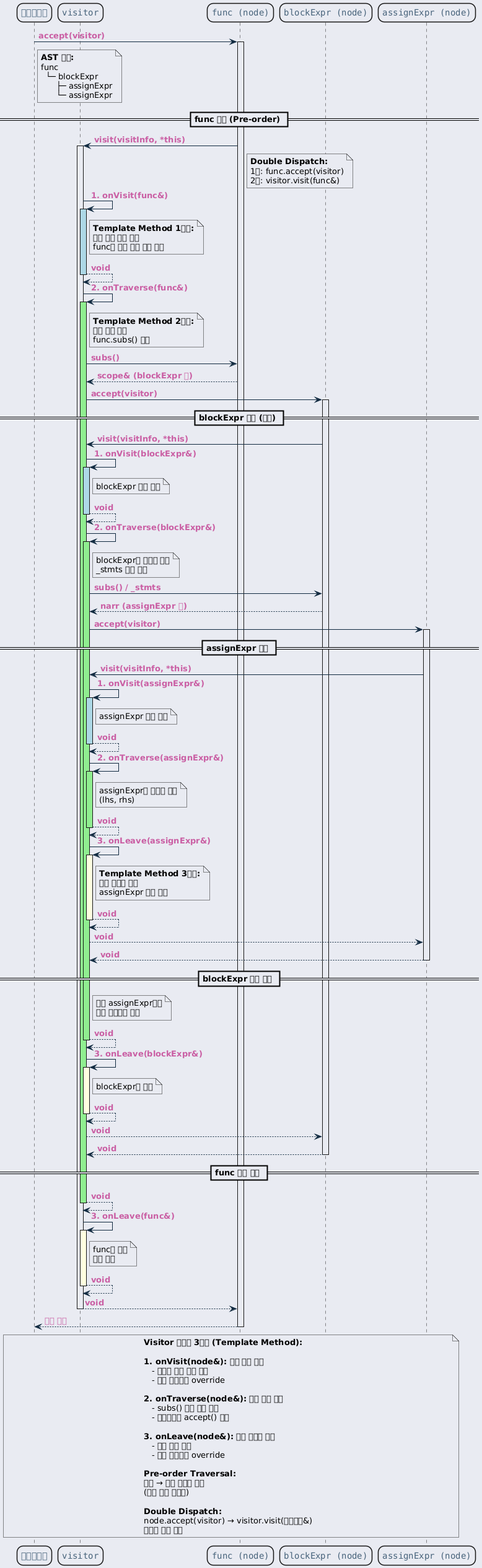
This is ref/generated/ko/inline_umlgraph_33.png from byeolang/website, a PlantUML export, as it was before one commit. Source of this version:
```plantuml
@startuml inline_umlgraph_33.png
<style>
  root {
    BackGroundColor: #E9EBF2;
  }
  class, node, object, participant, actor, boundary, control, entity, database, collections, queue {
    LineThickness: 1.5;
    HorizontalAlignment center;
    FontColor: #47637b;
    FontSize: 14;
    FontName: "Courier";
    RoundCorner: 20;
  }
  arrow {
    LineColor: #112a40;
    FontColor: #ca5fa4;
    FontStyle: "bold"
  }
  visibilityIcon {
    protected {
      LineColor DarkGoldenRod
      BackgroundColor DarkGoldenRod
    }
}
</style>
participant "클라이언트" as client
participant "visitor" as visitor
participant "func (node)" as func
participant "blockExpr (node)" as block
participant "assignExpr (node)" as assign

client -> func : accept(visitor)
activate func

note right of client
  <b>AST 구조:</b>
  func
    └─ blockExpr
        ├─ assignExpr
        └─ assignExpr
end note

== func 방문 (Pre-order) ==

func -> visitor : visit(visitInfo, *this)
activate visitor

note right of func
  <b>Double Dispatch:</b>
  1차: func.accept(visitor)
  2차: visitor.visit(func&)
end note

visitor -> visitor : 1. onVisit(func&)
activate visitor #lightblue

note right of visitor
  <b>Template Method 1단계:</b>
  현재 노드 방문 처리
  func에 대한 특정 동작 수행
end note

visitor --> visitor : void
deactivate visitor

visitor -> visitor : 2. onTraverse(func&)
activate visitor #lightgreen

note right of visitor
  <b>Template Method 2단계:</b>
  하위 노드 순회
  func.subs() 접근
end note

visitor -> func : subs()
func --> visitor : scope& (blockExpr 등)

visitor -> block : accept(visitor)
activate block

== blockExpr 방문 (재귀) ==

block -> visitor : visit(visitInfo, *this)

visitor -> visitor : 1. onVisit(blockExpr&)
activate visitor #lightblue

note right of visitor
  blockExpr 방문 처리
end note

visitor --> visitor : void
deactivate visitor

visitor -> visitor : 2. onTraverse(blockExpr&)
activate visitor #lightgreen

note right of visitor
  blockExpr의 자식들 순회
  _stmts 배열 순회
end note

visitor -> block : subs() / _stmts
block --> visitor : narr (assignExpr 들)

visitor -> assign : accept(visitor)
activate assign

== assignExpr 방문 ==

assign -> visitor : visit(visitInfo, *this)

visitor -> visitor : 1. onVisit(assignExpr&)
activate visitor #lightblue

note right of visitor
  assignExpr 방문 처리
end note

visitor --> visitor : void
deactivate visitor

visitor -> visitor : 2. onTraverse(assignExpr&)
activate visitor #lightgreen

note right of visitor
  assignExpr의 자식들 순회
  (lhs, rhs)
end note

visitor --> visitor : void
deactivate visitor

visitor -> visitor : 3. onLeave(assignExpr&)
activate visitor #lightyellow

note right of visitor
  <b>Template Method 3단계:</b>
  현재 노드를 떠남
  assignExpr 정리 작업
end note

visitor --> visitor : void
deactivate visitor

visitor --> assign : void
assign --> visitor : void
deactivate assign

== blockExpr 순회 계속 ==

note right of visitor
  다른 assignExpr들도
  같은 방식으로 방문
end note

visitor --> visitor : void
deactivate visitor

visitor -> visitor : 3. onLeave(blockExpr&)
activate visitor #lightyellow

note right of visitor
  blockExpr를 떠남
end note

visitor --> visitor : void
deactivate visitor

visitor --> block : void
block --> visitor : void
deactivate block

== func 순회 완료 ==

visitor --> visitor : void
deactivate visitor

visitor -> visitor : 3. onLeave(func&)
activate visitor #lightyellow

note right of visitor
  func를 떠남
  순회 완료
end note

visitor --> visitor : void
deactivate visitor

visitor --> func : void
deactivate visitor

func --> client : 순회 완료
deactivate func

note over client, assign
  <b>Visitor 패턴의 3단계 (Template Method):</b>

  <b>1. onVisit(node&):</b> 현재 노드 방문
     - 노드별 특정 동작 수행
     - 하위 클래스가 override

  <b>2. onTraverse(node&):</b> 자식 노드 순회
     - subs() 또는 멤버 접근
     - 재귀적으로 accept() 호출

  <b>3. onLeave(node&):</b> 현재 노드를 떠남
     - 정리 작업 수행
     - 하위 클래스가 override

  <b>Pre-order Traversal:</b>
  부모 → 자식 순서로 방문
  (후위 순회 불가능)

  <b>Double Dispatch:</b>
  node.accept(visitor) → visitor.visit(구체타입&)
  런타임 타입 결정
end note
@enduml
```
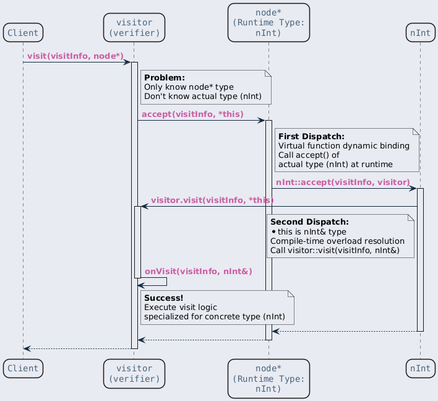
Later version of the same file.

Diff of the diagram source:
```diff
@@ -23,197 +23,58 @@
     }
 }
 </style>
-participant "클라이언트" as client
-participant "visitor" as visitor
-participant "func (node)" as func
-participant "blockExpr (node)" as block
-participant "assignExpr (node)" as assign
+participant "Client" as client
+participant "visitor\n(verifier)" as visitor
+participant "node*\n(Runtime Type:\nnInt)" as node
+participant "nInt" as nInt
 
-client -> func : accept(visitor)
-activate func
+client -> visitor : visit(visitInfo, node*)
+activate visitor
 
-note right of client
-  <b>AST 구조:</b>
-  func
-    └─ blockExpr
-        ├─ assignExpr
-        └─ assignExpr
+note right of visitor
+  <b>Problem:</b>
+  Only know node* type
+  Don't know actual type (nInt)
 end note
 
-== func 방문 (Pre-order) ==
+visitor -> node : accept(visitInfo, *this)
+activate node
 
-func -> visitor : visit(visitInfo, *this)
+note right of node
+  <b>First Dispatch:</b>
+  Virtual function dynamic binding
+  Call accept() of
+  actual type (nInt) at runtime
+end note
+
+node -> nInt : nInt::accept(visitInfo, visitor)
+activate nInt
+
+nInt -> visitor : visitor.visit(visitInfo, *this)
+
+note left of nInt
+  <b>Second Dispatch:</b>
+  *this is nInt& type
+  Compile-time overload resolution
+  Call visitor::visit(visitInfo, nInt&)
+end note
+
 activate visitor
 
-note right of func
-  <b>Double Dispatch:</b>
-  1차: func.accept(visitor)
-  2차: visitor.visit(func&)
+visitor -> visitor : onVisit(visitInfo, nInt&)
+
+note right of visitor
+  <b>Success!</b>
+  Execute visit logic
+  specialized for concrete type (nInt)
 end note
 
-visitor -> visitor : 1. onVisit(func&)
-activate visitor #lightblue
-
-note right of visitor
-  <b>Template Method 1단계:</b>
-  현재 노드 방문 처리
-  func에 대한 특정 동작 수행
-end note
-
-visitor --> visitor : void
 deactivate visitor
 
-visitor -> visitor : 2. onTraverse(func&)
-activate visitor #lightgreen
-
-note right of visitor
-  <b>Template Method 2단계:</b>
-  하위 노드 순회
-  func.subs() 접근
-end note
-
-visitor -> func : subs()
-func --> visitor : scope& (blockExpr 등)
-
-visitor -> block : accept(visitor)
-activate block
-
-== blockExpr 방문 (재귀) ==
-
-block -> visitor : visit(visitInfo, *this)
-
-visitor -> visitor : 1. onVisit(blockExpr&)
-activate visitor #lightblue
-
-note right of visitor
-  blockExpr 방문 처리
-end note
-
-visitor --> visitor : void
+nInt --> node
+deactivate nInt
+node --> visitor
+deactivate node
+visitor --> client
 deactivate visitor
-
-visitor -> visitor : 2. onTraverse(blockExpr&)
-activate visitor #lightgreen
-
-note right of visitor
-  blockExpr의 자식들 순회
-  _stmts 배열 순회
-end note
-
-visitor -> block : subs() / _stmts
-block --> visitor : narr (assignExpr 들)
-
-visitor -> assign : accept(visitor)
-activate assign
-
-== assignExpr 방문 ==
-
-assign -> visitor : visit(visitInfo, *this)
-
-visitor -> visitor : 1. onVisit(assignExpr&)
-activate visitor #lightblue
-
-note right of visitor
-  assignExpr 방문 처리
-end note
-
-visitor --> visitor : void
-deactivate visitor
-
-visitor -> visitor : 2. onTraverse(assignExpr&)
-activate visitor #lightgreen
-
-note right of visitor
-  assignExpr의 자식들 순회
-  (lhs, rhs)
-end note
-
-visitor --> visitor : void
-deactivate visitor
-
-visitor -> visitor : 3. onLeave(assignExpr&)
-activate visitor #lightyellow
-
-note right of visitor
-  <b>Template Method 3단계:</b>
-  현재 노드를 떠남
-  assignExpr 정리 작업
-end note
-
-visitor --> visitor : void
-deactivate visitor
-
-visitor --> assign : void
-assign --> visitor : void
-deactivate assign
-
-== blockExpr 순회 계속 ==
-
-note right of visitor
-  다른 assignExpr들도
-  같은 방식으로 방문
-end note
-
-visitor --> visitor : void
-deactivate visitor
-
-visitor -> visitor : 3. onLeave(blockExpr&)
-activate visitor #lightyellow
-
-note right of visitor
-  blockExpr를 떠남
-end note
-
-visitor --> visitor : void
-deactivate visitor
-
-visitor --> block : void
-block --> visitor : void
-deactivate block
-
-== func 순회 완료 ==
-
-visitor --> visitor : void
-deactivate visitor
-
-visitor -> visitor : 3. onLeave(func&)
-activate visitor #lightyellow
-
-note right of visitor
-  func를 떠남
-  순회 완료
-end note
-
-visitor --> visitor : void
-deactivate visitor
-
-visitor --> func : void
-deactivate visitor
-
-func --> client : 순회 완료
-deactivate func
-
-note over client, assign
-  <b>Visitor 패턴의 3단계 (Template Method):</b>
-
-  <b>1. onVisit(node&):</b> 현재 노드 방문
-     - 노드별 특정 동작 수행
-     - 하위 클래스가 override
-
-  <b>2. onTraverse(node&):</b> 자식 노드 순회
-     - subs() 또는 멤버 접근
-     - 재귀적으로 accept() 호출
-
-  <b>3. onLeave(node&):</b> 현재 노드를 떠남
-     - 정리 작업 수행
-     - 하위 클래스가 override
-
-  <b>Pre-order Traversal:</b>
-  부모 → 자식 순서로 방문
-  (후위 순회 불가능)
-
-  <b>Double Dispatch:</b>
-  node.accept(visitor) → visitor.visit(구체타입&)
-  런타임 타입 결정
-end note
 @enduml
```
